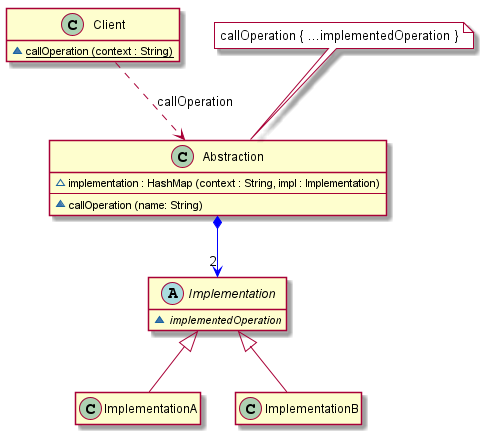
Above: src/bridge/_implementation_01/uml/implementation_01.png in vitalispopoff/designPatterns (PlantUML), before the change.
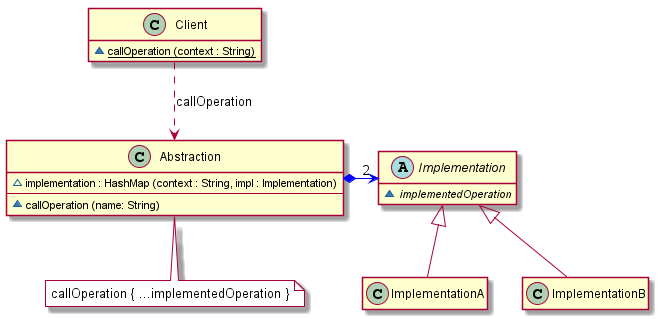
After the change.

Commit message:
bridge docs adjusted

Change to the diagram source:
```diff
@@ -8,7 +8,7 @@
 
 Client ..> Abstraction : callOperation
 
-Abstraction *--> "2" Implementation #blue
+Abstraction *-right-> "2" Implementation #blue
 
 class Abstraction {
         ~{field} implementation : HashMap (context : String, impl : Implementation)
@@ -16,7 +16,7 @@
         ~{method} callOperation (name: String)
 }
 
-note top of Abstraction #white : callOperation { ...implementedOperation }
+note bottom of Abstraction #white : callOperation { ...implementedOperation }
 
 hide Implementation field
 abstract class  Implementation  {
```
